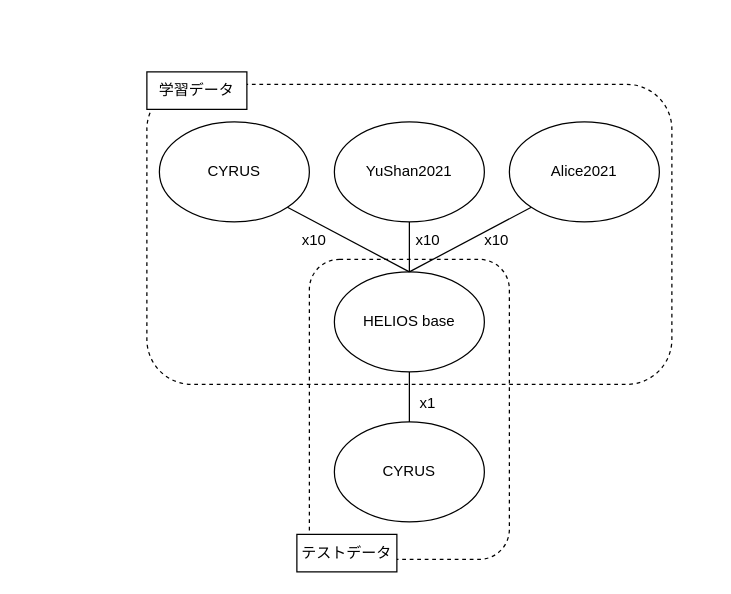
Earlier version of the draw.io diagram 4/create_data.drawio (SuperTikuwa/thesis-images). Source tidied: cells renumbered, new cells numbered last; positions are measured from the earlier drawing's top-left corner, leaving out a move shared by most shapes. Both pictures are drawn from the tidied source at 125%, with x=0, y=0 at pixel (146, 71).
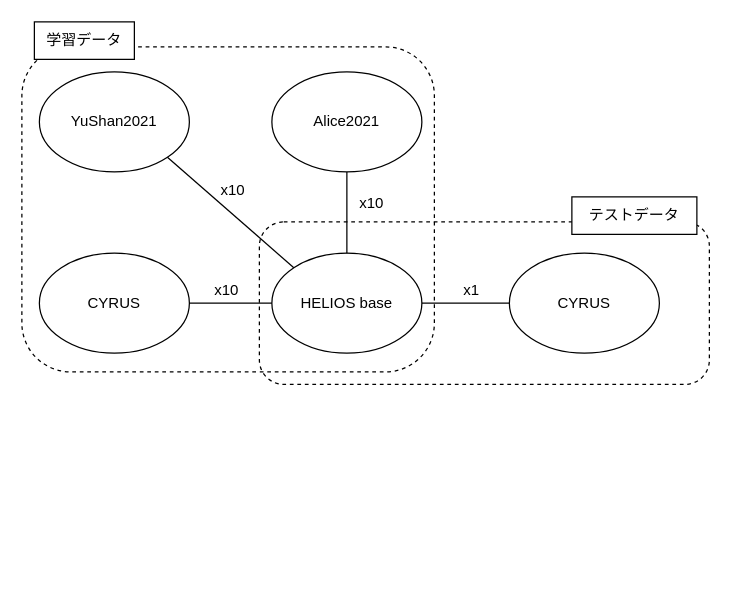
The same diagram, later.

Commit message (it also covers changes not shown here):
create_data.drawio を更新します

What changed in the source:
```diff
@@
 <mxGraphModel>
   <root>
     <mxCell id="0" />
     <mxCell id="1" parent="0" />
-    <mxCell id="2" style="rounded=1;whiteSpace=wrap;html=1;fillColor=none;dashed=1;" parent="1" vertex="1">
-      <mxGeometry y="10" width="420" height="240" as="geometry" />
+    <mxCell id="2" style="rounded=1;whiteSpace=wrap;html=1;fillColor=none;dashed=1;fontSize=12;" parent="1" vertex="1">
+      <mxGeometry x="-100" y="-20" width="330" height="260" as="geometry" />
     </mxCell>
-    <mxCell id="3" style="rounded=1;whiteSpace=wrap;html=1;fillColor=none;dashed=1;" parent="1" vertex="1">
-      <mxGeometry x="130" y="150" width="160" height="240" as="geometry" />
+    <mxCell id="3" style="rounded=1;whiteSpace=wrap;html=1;fillColor=none;dashed=1;fontSize=12;" parent="1" vertex="1">
+      <mxGeometry x="90" y="120" width="360" height="130" as="geometry" />
     </mxCell>
-    <mxCell id="4" value="YuShan2021" style="ellipse;whiteSpace=wrap;html=1;fillColor=default;" parent="1" vertex="1">
-      <mxGeometry x="150" y="40" width="120" height="80" as="geometry" />
+    <mxCell id="4" value="YuShan2021" style="ellipse;whiteSpace=wrap;html=1;fillColor=default;fontSize=12;" parent="1" vertex="1">
+      <mxGeometry x="-86" width="120" height="80" as="geometry" />
     </mxCell>
-    <mxCell id="5" value="Alice2021" style="ellipse;whiteSpace=wrap;html=1;fillColor=default;" parent="1" vertex="1">
-      <mxGeometry x="290" y="40" width="120" height="80" as="geometry" />
+    <mxCell id="5" value="Alice2021" style="ellipse;whiteSpace=wrap;html=1;fillColor=default;fontSize=12;" parent="1" vertex="1">
+      <mxGeometry x="100" width="120" height="80" as="geometry" />
     </mxCell>
-    <mxCell id="6" value="HELIOS base" style="ellipse;whiteSpace=wrap;html=1;fillColor=default;" parent="1" vertex="1">
-      <mxGeometry x="150" y="160" width="120" height="80" as="geometry" />
+    <mxCell id="6" value="HELIOS base" style="ellipse;whiteSpace=wrap;html=1;fillColor=default;fontSize=12;" parent="1" vertex="1">
+      <mxGeometry x="100" y="145" width="120" height="80" as="geometry" />
     </mxCell>
-    <mxCell id="7" value="CYRUS" style="ellipse;whiteSpace=wrap;html=1;fillColor=default;" parent="1" vertex="1">
-      <mxGeometry x="10" y="40" width="120" height="80" as="geometry" />
+    <mxCell id="7" value="CYRUS" style="ellipse;whiteSpace=wrap;html=1;fillColor=default;fontSize=12;" parent="1" vertex="1">
+      <mxGeometry x="-86" y="145" width="120" height="80" as="geometry" />
     </mxCell>
-    <mxCell id="8" style="endArrow=none;html=1;rounded=0;exitX=0.5;exitY=0;exitDx=0;exitDy=0;entryX=0;entryY=1;entryDx=0;entryDy=0;" parent="1" edge="1" source="6" target="5">
+    <mxCell id="8" style="endArrow=none;html=1;rounded=0;exitX=0.5;exitY=0;exitDx=0;exitDy=0;entryX=0.5;entryY=1;entryDx=0;entryDy=0;fontSize=12;" parent="1" edge="1" source="6" target="5">
       <mxGeometry relative="1" as="geometry" />
     </mxCell>
-    <mxCell id="9" style="endArrow=none;html=1;rounded=0;exitX=0.5;exitY=0;exitDx=0;exitDy=0;entryX=0.5;entryY=1;entryDx=0;entryDy=0;" parent="1" edge="1" source="6" target="4">
+    <mxCell id="9" style="endArrow=none;html=1;rounded=0;exitX=0;exitY=0;exitDx=0;exitDy=0;entryX=1;entryY=1;entryDx=0;entryDy=0;fontSize=12;" parent="1" edge="1" source="6" target="4">
       <mxGeometry relative="1" as="geometry" />
     </mxCell>
-    <mxCell id="10" style="endArrow=none;html=1;rounded=0;exitX=0.5;exitY=0;exitDx=0;exitDy=0;entryX=1;entryY=1;entryDx=0;entryDy=0;" parent="1" edge="1" source="6" target="7">
+    <mxCell id="10" style="endArrow=none;html=1;rounded=0;exitX=0;exitY=0.5;exitDx=0;exitDy=0;entryX=1;entryY=0.5;entryDx=0;entryDy=0;fontSize=12;" parent="1" edge="1" source="6" target="7">
       <mxGeometry relative="1" as="geometry" />
     </mxCell>
-    <mxCell id="11" value="CYRUS" style="ellipse;whiteSpace=wrap;html=1;fillColor=default;" parent="1" vertex="1">
-      <mxGeometry x="150" y="280" width="120" height="80" as="geometry" />
+    <mxCell id="11" value="CYRUS" style="ellipse;whiteSpace=wrap;html=1;fillColor=default;fontSize=12;" parent="1" vertex="1">
+      <mxGeometry x="290" y="145" width="120" height="80" as="geometry" />
     </mxCell>
-    <mxCell id="12" style="endArrow=none;html=1;rounded=0;exitX=0.5;exitY=0;exitDx=0;exitDy=0;entryX=0.5;entryY=1;entryDx=0;entryDy=0;" parent="1" edge="1" source="11" target="6">
+    <mxCell id="12" style="endArrow=none;html=1;rounded=0;exitX=0;exitY=0.5;exitDx=0;exitDy=0;entryX=1;entryY=0.5;entryDx=0;entryDy=0;fontSize=12;" parent="1" edge="1" source="11" target="6">
       <mxGeometry relative="1" as="geometry" />
     </mxCell>
-    <mxCell id="13" value="学習データ" style="text;html=1;strokeColor=default;fillColor=default;align=center;verticalAlign=middle;whiteSpace=wrap;rounded=0;" parent="1" vertex="1">
-      <mxGeometry width="80" height="30" as="geometry" />
+    <mxCell id="13" value="学習データ" style="text;html=1;strokeColor=default;fillColor=default;align=center;verticalAlign=middle;whiteSpace=wrap;rounded=0;fontSize=12;" parent="1" vertex="1">
+      <mxGeometry x="-90" y="-40" width="80" height="30" as="geometry" />
     </mxCell>
-    <mxCell id="14" value="テストデータ" style="text;html=1;strokeColor=default;fillColor=default;align=center;verticalAlign=middle;whiteSpace=wrap;rounded=0;" parent="1" vertex="1">
-      <mxGeometry x="120" y="370" width="80" height="30" as="geometry" />
+    <mxCell id="14" value="テストデータ" style="text;html=1;strokeColor=default;fillColor=default;align=center;verticalAlign=middle;whiteSpace=wrap;rounded=0;fontSize=12;" parent="1" vertex="1">
+      <mxGeometry x="340" y="100" width="100" height="30" as="geometry" />
     </mxCell>
-    <mxCell id="15" value="x10" style="text;html=1;strokeColor=none;fillColor=none;align=center;verticalAlign=middle;whiteSpace=wrap;rounded=0;" parent="1" vertex="1">
-      <mxGeometry x="250" y="120" width="60" height="30" as="geometry" />
+    <mxCell id="15" value="x10" style="text;html=1;strokeColor=none;fillColor=none;align=center;verticalAlign=middle;whiteSpace=wrap;rounded=0;fontSize=12;" parent="1" vertex="1">
+      <mxGeometry x="150" y="90" width="60" height="30" as="geometry" />
     </mxCell>
-    <mxCell id="16" value="x10" style="text;html=1;strokeColor=none;fillColor=none;align=center;verticalAlign=middle;whiteSpace=wrap;rounded=0;" parent="1" vertex="1">
-      <mxGeometry x="200" y="120" width="50" height="30" as="geometry" />
+    <mxCell id="16" value="x10" style="text;html=1;strokeColor=none;fillColor=none;align=center;verticalAlign=middle;whiteSpace=wrap;rounded=0;fontSize=12;" parent="1" vertex="1">
+      <mxGeometry x="44" y="80" width="50" height="30" as="geometry" />
     </mxCell>
-    <mxCell id="17" value="x10" style="text;html=1;strokeColor=none;fillColor=none;align=center;verticalAlign=middle;whiteSpace=wrap;rounded=0;" parent="1" vertex="1">
-      <mxGeometry x="104" y="120" width="60" height="30" as="geometry" />
+    <mxCell id="17" value="x10" style="text;html=1;strokeColor=none;fillColor=none;align=center;verticalAlign=middle;whiteSpace=wrap;rounded=0;fontSize=12;" parent="1" vertex="1">
+      <mxGeometry x="34" y="160" width="60" height="30" as="geometry" />
     </mxCell>
-    <mxCell id="18" value="x1" style="text;html=1;strokeColor=none;fillColor=none;align=center;verticalAlign=middle;whiteSpace=wrap;rounded=0;" parent="1" vertex="1">
-      <mxGeometry x="195" y="250" width="60" height="30" as="geometry" />
+    <mxCell id="18" value="x1" style="text;html=1;strokeColor=none;fillColor=none;align=center;verticalAlign=middle;whiteSpace=wrap;rounded=0;fontSize=12;" parent="1" vertex="1">
+      <mxGeometry x="230" y="160" width="60" height="30" as="geometry" />
     </mxCell>
   </root>
 </mxGraphModel>
```
